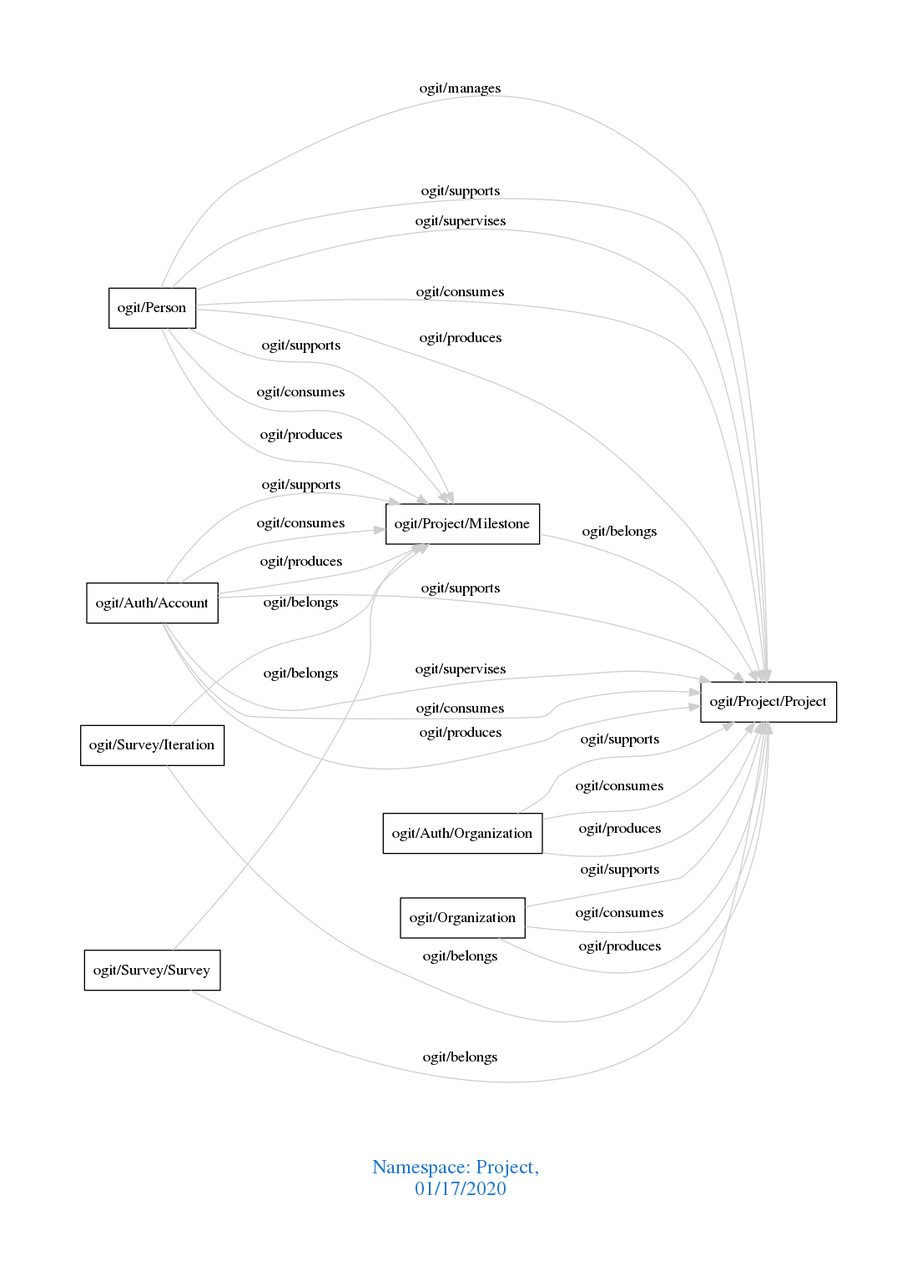
Earlier version of the Graphviz export downloads/Project.png (arago/OGIT). Its source is kept beside it as downloads/Project.dot.
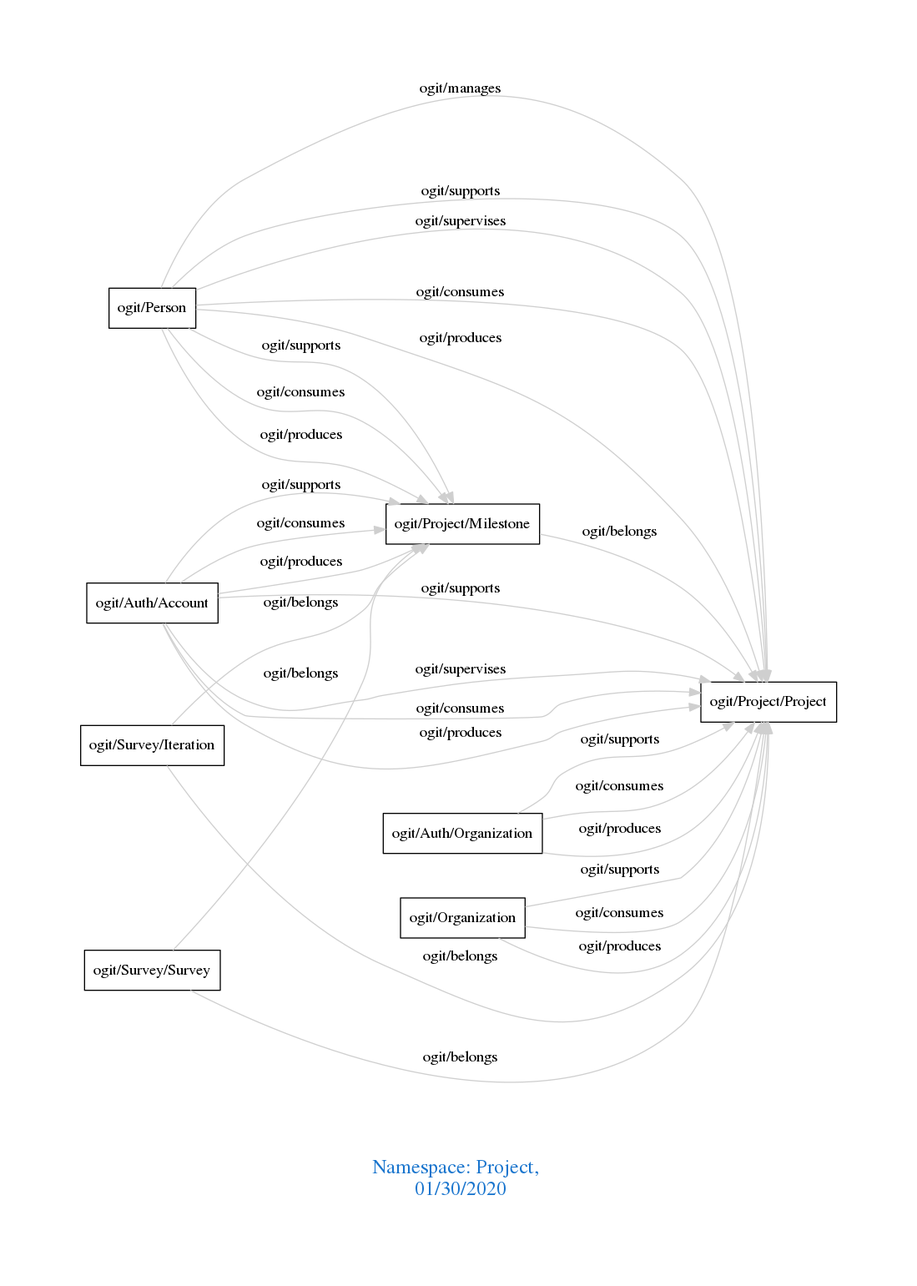
After the commit.

What changed in the source:
```diff
@@ -1,7 +1,7 @@
 digraph OGIT_ontology {
  graph [ rankdir= LR,pad=1
 fontsize = 18,
-fontcolor= dodgerblue3,label = "\n\n\nNamespace: Project, \n 01/17/2020"];
+fontcolor= dodgerblue3,label = "\n\n\nNamespace: Project, \n 01/30/2020"];
 node[shape=polygon];
 edge [  color="gray81"];
 
```
